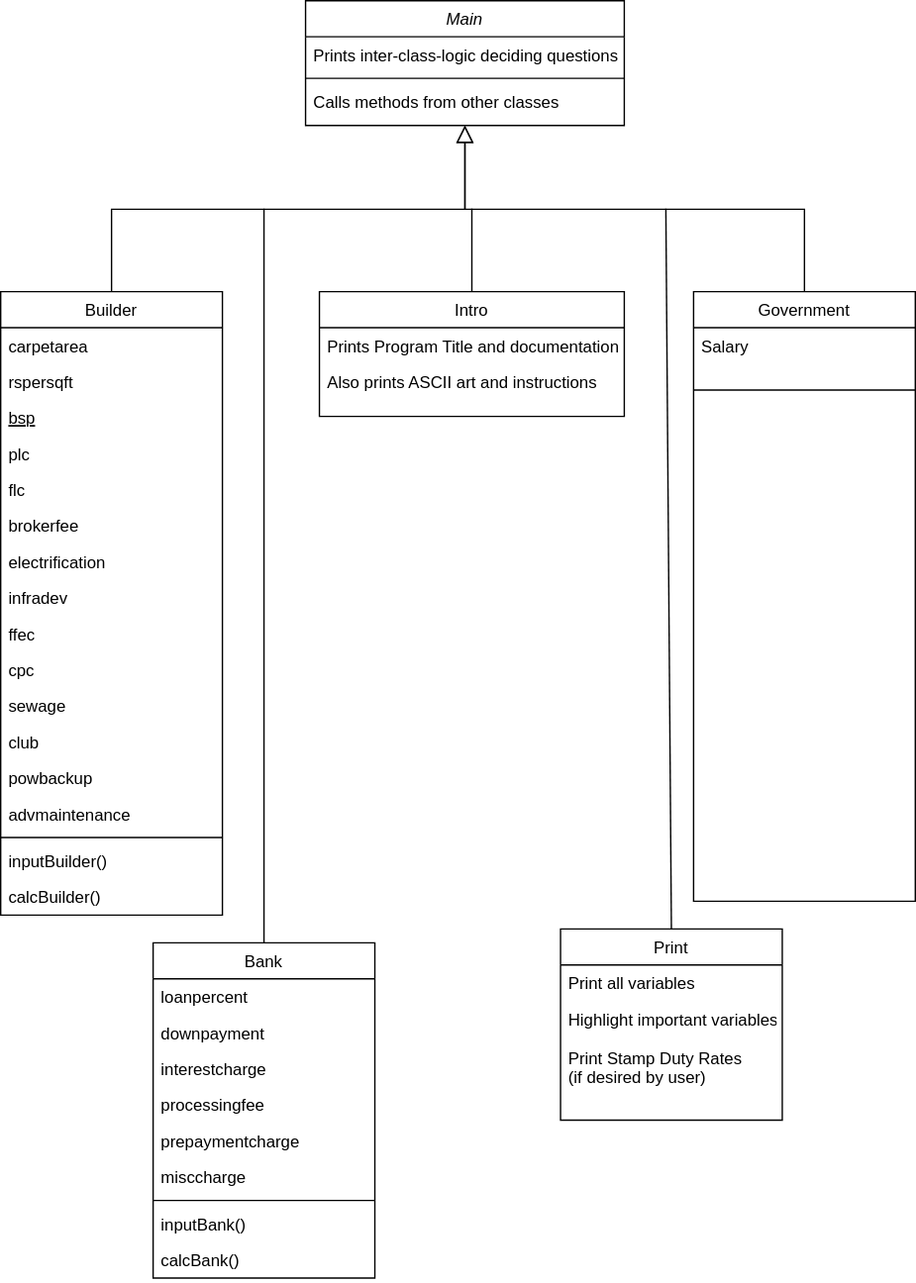
The draw.io diagram ClassDiagram.svg in buddywhitman/flatcalc, before a commit. Source tidied: cells renumbered, new cells last; positions are measured from the earlier drawing's top-left corner, leaving out a move shared by most shapes.
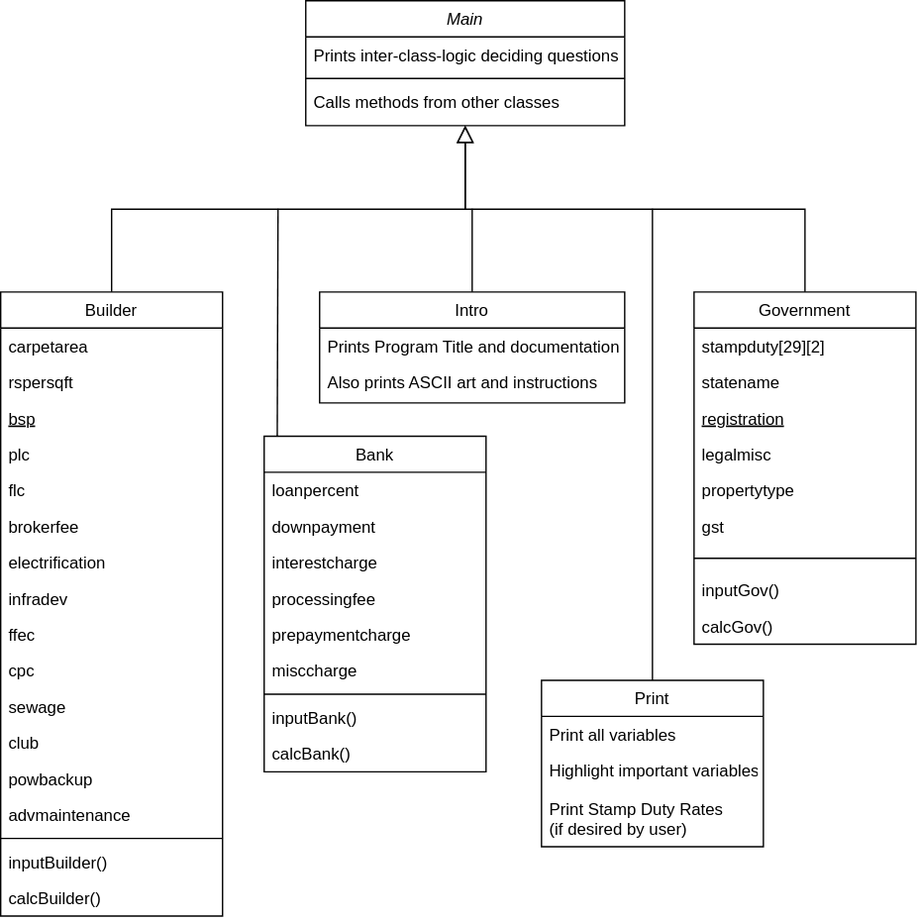
Later version of the same file.

The edit, as a diff of the source:
```diff
@@ -72,19 +72,40 @@
       <mxGeometry relative="1" as="geometry" />
     </mxCell>
     <mxCell id="25" value="Government" style="swimlane;fontStyle=0;align=center;verticalAlign=top;horizontal=1;startSize=26;rounded=0;shadow=0;strokeWidth=1;" parent="1" vertex="1">
-      <mxGeometry x="500" y="210" width="160" height="440" as="geometry" />
+      <mxGeometry x="500" y="210" width="160" height="254" as="geometry" />
     </mxCell>
-    <mxCell id="26" value="Salary" style="text;align=left;verticalAlign=top;spacingLeft=4;spacingRight=4;overflow=hidden;" parent="25" vertex="1">
-      <mxGeometry y="26" width="160" height="26" as="geometry" />
-    </mxCell>
+    <mxCell id="49" value="stampduty[29][2]" style="text;align=left;verticalAlign=top;spacingLeft=4;spacingRight=4;overflow=hidden;" parent="25" vertex="1">
+      <mxGeometry y="26" width="160" height="26" as="geometry" />
+    </mxCell>
+    <mxCell id="50" value="statename" style="text;align=left;verticalAlign=top;spacingLeft=4;spacingRight=4;overflow=hidden;rounded=0;shadow=0;html=0;" parent="25" vertex="1">
+      <mxGeometry y="52" width="160" height="26" as="geometry" />
+    </mxCell>
+    <mxCell id="51" value="registration" style="text;align=left;verticalAlign=top;spacingLeft=4;spacingRight=4;overflow=hidden;fontStyle=4;" parent="25" vertex="1">
+      <mxGeometry y="78" width="160" height="26" as="geometry" />
+    </mxCell>
+    <mxCell id="52" value="legalmisc" style="text;align=left;verticalAlign=top;spacingLeft=4;spacingRight=4;overflow=hidden;" parent="25" vertex="1">
+      <mxGeometry y="104" width="160" height="26" as="geometry" />
+    </mxCell>
+    <mxCell id="53" value="propertytype" style="text;align=left;verticalAlign=top;spacingLeft=4;spacingRight=4;overflow=hidden;" parent="25" vertex="1">
+      <mxGeometry y="130" width="160" height="26" as="geometry" />
+    </mxCell>
+    <mxCell id="54" value="gst" style="text;align=left;verticalAlign=top;spacingLeft=4;spacingRight=4;overflow=hidden;" parent="25" vertex="1">
+      <mxGeometry y="156" width="160" height="26" as="geometry" />
+    </mxCell>
     <mxCell id="27" style="line;html=1;strokeWidth=1;align=left;verticalAlign=middle;spacingTop=-1;spacingLeft=3;spacingRight=3;labelPosition=right;" parent="25" vertex="1">
-      <mxGeometry y="52" width="160" height="38" as="geometry" />
+      <mxGeometry y="182" width="160" height="20" as="geometry" />
     </mxCell>
+    <mxCell id="55" value="inputGov()" style="text;align=left;verticalAlign=top;spacingLeft=4;spacingRight=4;overflow=hidden;" parent="25" vertex="1">
+      <mxGeometry y="202" width="160" height="26" as="geometry" />
+    </mxCell>
+    <mxCell id="56" value="calcGov()" style="text;align=left;verticalAlign=top;spacingLeft=4;spacingRight=4;overflow=hidden;" parent="25" vertex="1">
+      <mxGeometry y="228" width="160" height="26" as="geometry" />
+    </mxCell>
     <mxCell id="28" style="endArrow=block;endSize=10;endFill=0;shadow=0;strokeWidth=1;rounded=0;edgeStyle=elbowEdgeStyle;elbow=vertical;" parent="1" edge="1" source="25" target="2">
       <mxGeometry relative="1" as="geometry" />
     </mxCell>
     <mxCell id="29" value="Bank" style="swimlane;fontStyle=0;align=center;verticalAlign=top;horizontal=1;startSize=26;rounded=0;shadow=0;strokeWidth=1;" parent="1" vertex="1">
-      <mxGeometry x="110" y="680" width="160" height="242" as="geometry" />
+      <mxGeometry x="190" y="314" width="160" height="242" as="geometry" />
     </mxCell>
     <mxCell id="30" value="loanpercent" style="text;align=left;verticalAlign=top;spacingLeft=4;spacingRight=4;overflow=hidden;" parent="29" vertex="1">
       <mxGeometry y="26" width="160" height="26" as="geometry" />
@@ -113,13 +134,13 @@
     <mxCell id="38" value="calcBank()" style="text;align=left;verticalAlign=top;spacingLeft=4;spacingRight=4;overflow=hidden;" parent="29" vertex="1">
       <mxGeometry y="216" width="160" height="26" as="geometry" />
     </mxCell>
-    <mxCell id="39" style="endArrow=none;html=1;exitX=0.5;exitY=0;exitDx=0;exitDy=0;" parent="1" edge="1" source="29">
+    <mxCell id="39" style="endArrow=none;html=1;exitX=0.059;exitY=0;exitDx=0;exitDy=0;exitPerimeter=0;" parent="1" edge="1" source="29">
       <mxGeometry relative="1" as="geometry">
-        <mxPoint x="190" y="150" as="targetPoint" />
+        <mxPoint x="200" y="150" as="targetPoint" />
       </mxGeometry>
     </mxCell>
     <mxCell id="40" value="Print" style="swimlane;fontStyle=0;align=center;verticalAlign=top;horizontal=1;startSize=26;rounded=0;shadow=0;strokeWidth=1;" parent="1" vertex="1">
-      <mxGeometry x="404" y="670" width="160" height="138" as="geometry" />
+      <mxGeometry x="390" y="490" width="160" height="120" as="geometry" />
     </mxCell>
     <mxCell id="41" value="Print all variables" style="text;align=left;verticalAlign=top;spacingLeft=4;spacingRight=4;overflow=hidden;" parent="40" vertex="1">
       <mxGeometry y="26" width="160" height="26" as="geometry" />
@@ -129,11 +150,11 @@
     </mxCell>
     <mxCell id="43" style="endArrow=none;html=1;exitX=0.5;exitY=0;exitDx=0;exitDy=0;" parent="1" edge="1" source="40">
       <mxGeometry relative="1" as="geometry">
-        <mxPoint x="480" y="150" as="targetPoint" />
+        <mxPoint x="470" y="150" as="targetPoint" />
       </mxGeometry>
     </mxCell>
     <mxCell id="44" value="Intro" style="swimlane;fontStyle=0;align=center;verticalAlign=top;horizontal=1;startSize=26;rounded=0;shadow=0;strokeWidth=1;" parent="1" vertex="1">
-      <mxGeometry x="230" y="210" width="220" height="90" as="geometry" />
+      <mxGeometry x="230" y="210" width="220" height="80" as="geometry" />
     </mxCell>
     <mxCell id="45" value="Prints Program Title and documentation " style="text;align=left;verticalAlign=top;spacingLeft=4;spacingRight=4;overflow=hidden;rounded=0;shadow=0;html=0;" parent="44" vertex="1">
       <mxGeometry y="26" width="220" height="26" as="geometry" />
@@ -147,7 +168,7 @@
       </mxGeometry>
     </mxCell>
     <mxCell id="48" value="Print Stamp Duty Rates &#10;(if desired by user)" style="text;align=left;verticalAlign=top;spacingLeft=4;spacingRight=4;overflow=hidden;rounded=0;shadow=0;html=0;" parent="1" vertex="1">
-      <mxGeometry x="404" y="750" width="160" height="50" as="geometry" />
+      <mxGeometry x="390" y="570" width="160" height="50" as="geometry" />
     </mxCell>
   </root>
 </mxGraphModel>
```
